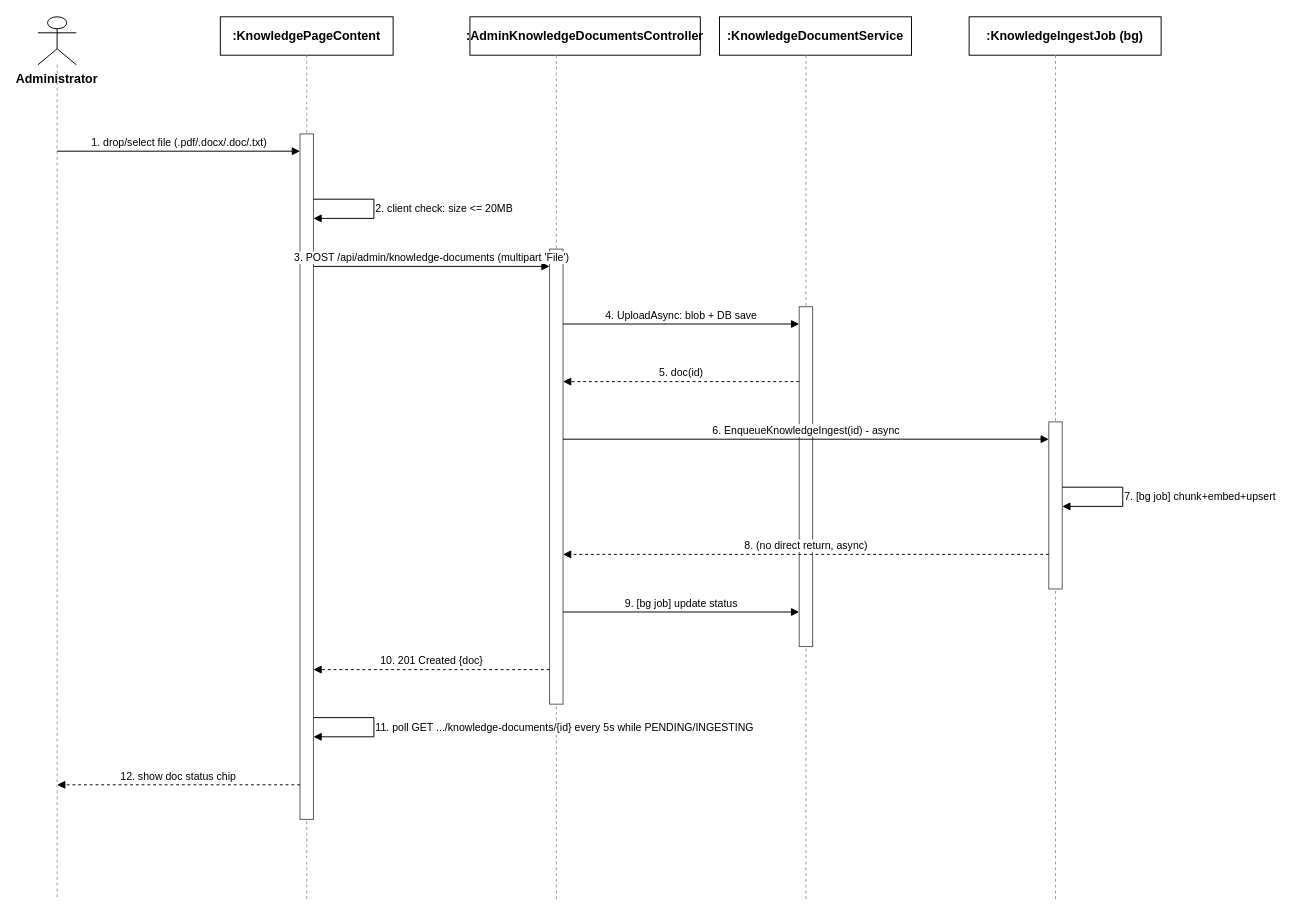
Above: docs/qa/Nam_SequenceDiagram/07_KnowledgeBaseManagement_UploadIngest_Admin.drawio in tulklk/AI_Interview_Question_Generation_RAG_LLM_FE (draw.io), before the change. Source tidied: cells renumbered, new cells numbered last; positions are measured from the earlier drawing's top-left corner, leaving out a move shared by most shapes. Both pictures are drawn from the tidied source at 96%, with x=0, y=0 at pixel (37, 16).
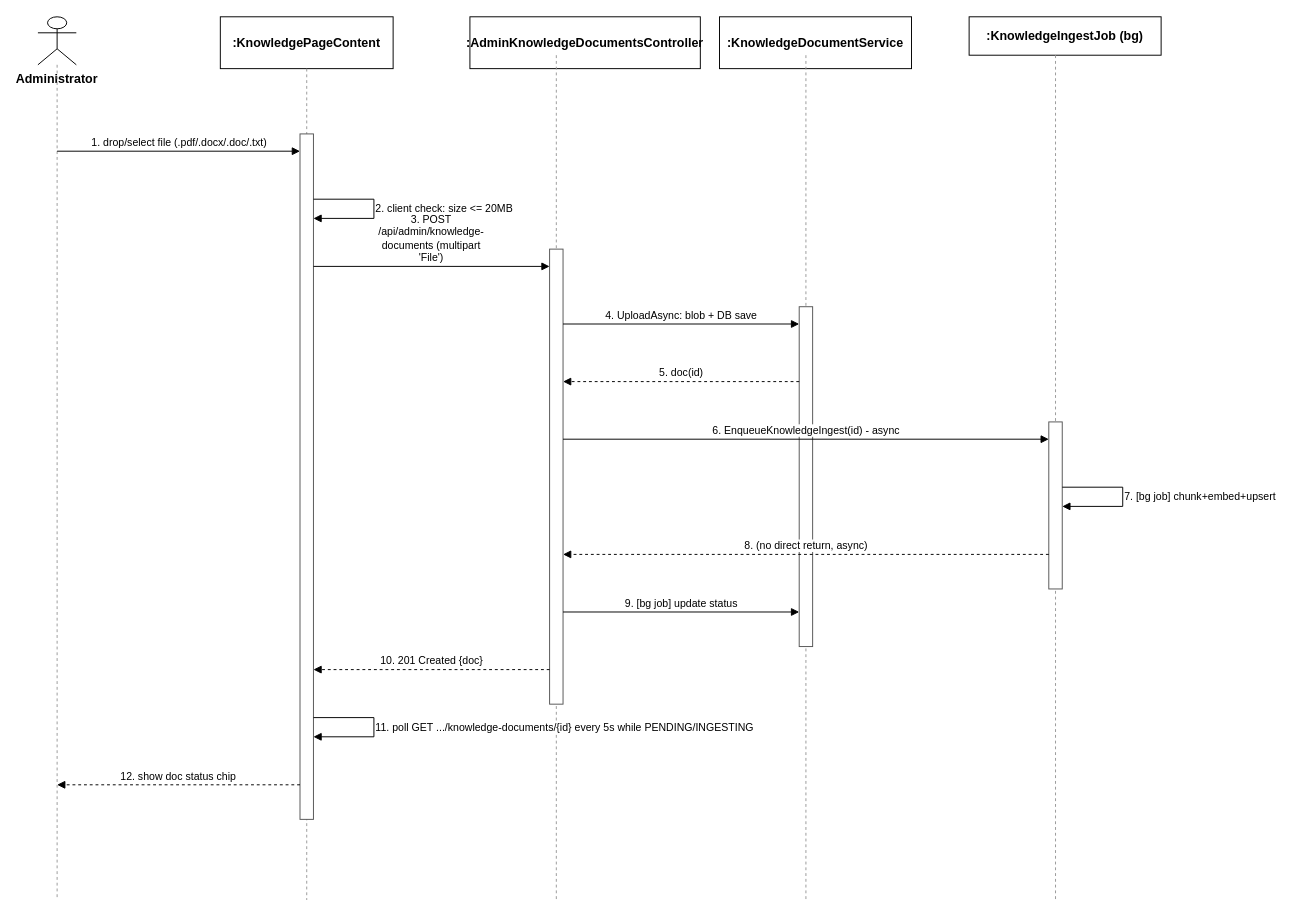
After the change.

Diff of the diagram source:
```diff
@@
     <mxCell id="4" value=":KnowledgePageContent" style="rounded=0;whiteSpace=wrap;html=1;fontSize=13;fillColor=#ffffff;strokeColor=#000000;fontStyle=1;" parent="1" vertex="1">
-      <mxGeometry x="190" width="180" height="40" as="geometry" />
+      <mxGeometry x="190" width="180" height="54" as="geometry" />
     </mxCell>
     <mxCell id="5" style="endArrow=none;dashed=1;html=1;strokeColor=#999999;" parent="1" edge="1">
       <mxGeometry relative="1" as="geometry">
-        <mxPoint x="280" y="40" as="sourcePoint" />
+        <mxPoint x="280" y="54" as="sourcePoint" />
         <mxPoint x="280" y="920" as="targetPoint" />
       </mxGeometry>
     </mxCell>
     <mxCell id="6" value=":AdminKnowledgeDocumentsController" style="rounded=0;whiteSpace=wrap;html=1;fontSize=13;fillColor=#ffffff;strokeColor=#000000;fontStyle=1;" parent="1" vertex="1">
-      <mxGeometry x="450" width="240" height="40" as="geometry" />
+      <mxGeometry x="450" width="240" height="54" as="geometry" />
     </mxCell>
@@
     <mxCell id="8" value=":KnowledgeDocumentService" style="rounded=0;whiteSpace=wrap;html=1;fontSize=13;fillColor=#ffffff;strokeColor=#000000;fontStyle=1;" parent="1" vertex="1">
-      <mxGeometry x="710" width="200" height="40" as="geometry" />
+      <mxGeometry x="710" width="200" height="54" as="geometry" />
     </mxCell>
@@
-    <mxCell id="18" value="3. POST /api/admin/knowledge-documents (multipart 'File')" style="endArrow=block;endFill=1;html=1;fontSize=11;align=center;verticalAlign=bottom;labelBackgroundColor=#ffffff;strokeColor=#000000;" parent="1" edge="1">
+    <mxCell id="18" value="3. POST /api/admin/knowledge-documents (multipart 'File')" style="endArrow=block;endFill=1;html=1;whiteSpace=wrap;fontSize=11;align=center;verticalAlign=bottom;labelBackgroundColor=#ffffff;strokeColor=#000000;" parent="1" edge="1">
       <mxGeometry relative="1" as="geometry">
         <mxPoint x="287" y="260" as="sourcePoint" />
         <mxPoint x="533" y="260" as="targetPoint" />
       </mxGeometry>
     </mxCell>
```
